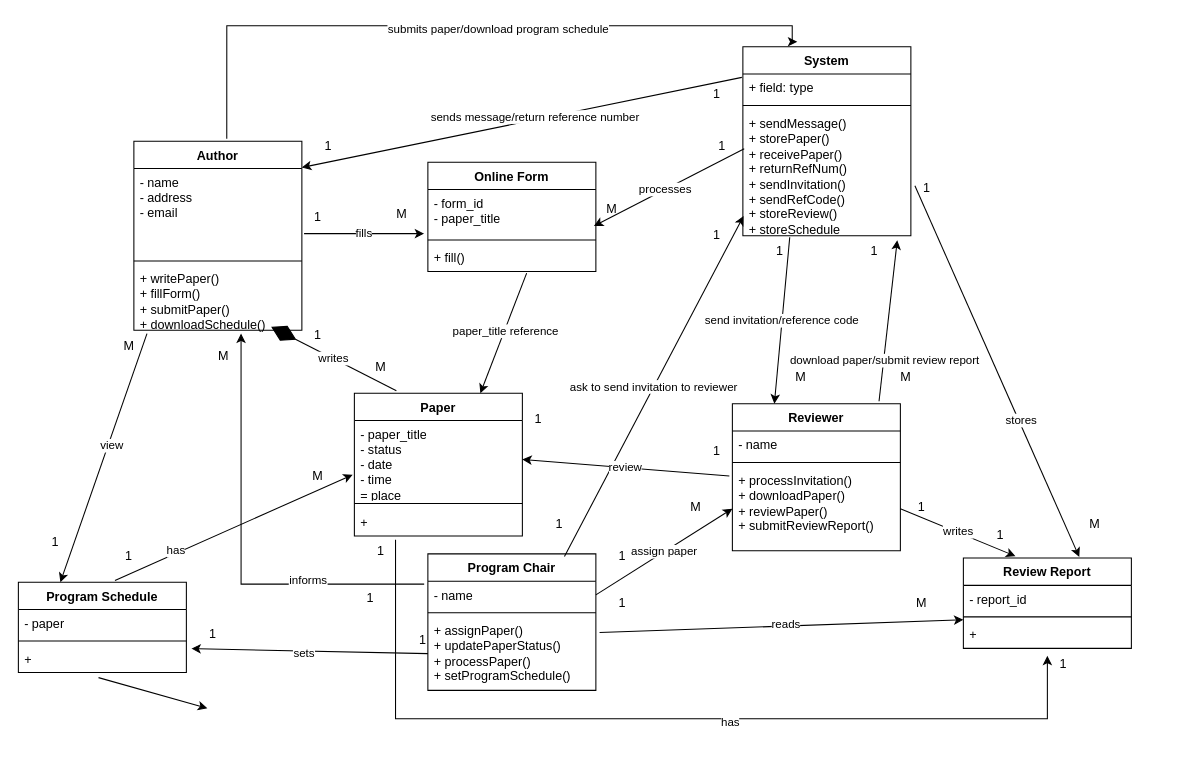
This is tuto3q4.drawio from justn0thinghere/drawio, a draw.io file, before an edit. Source tidied: cells renumbered, new cells numbered last; positions are measured from the earlier drawing's top-left corner, leaving out a move shared by most shapes. Both pictures are drawn from the tidied source at 105%, with x=0, y=0 at pixel (18, 25).
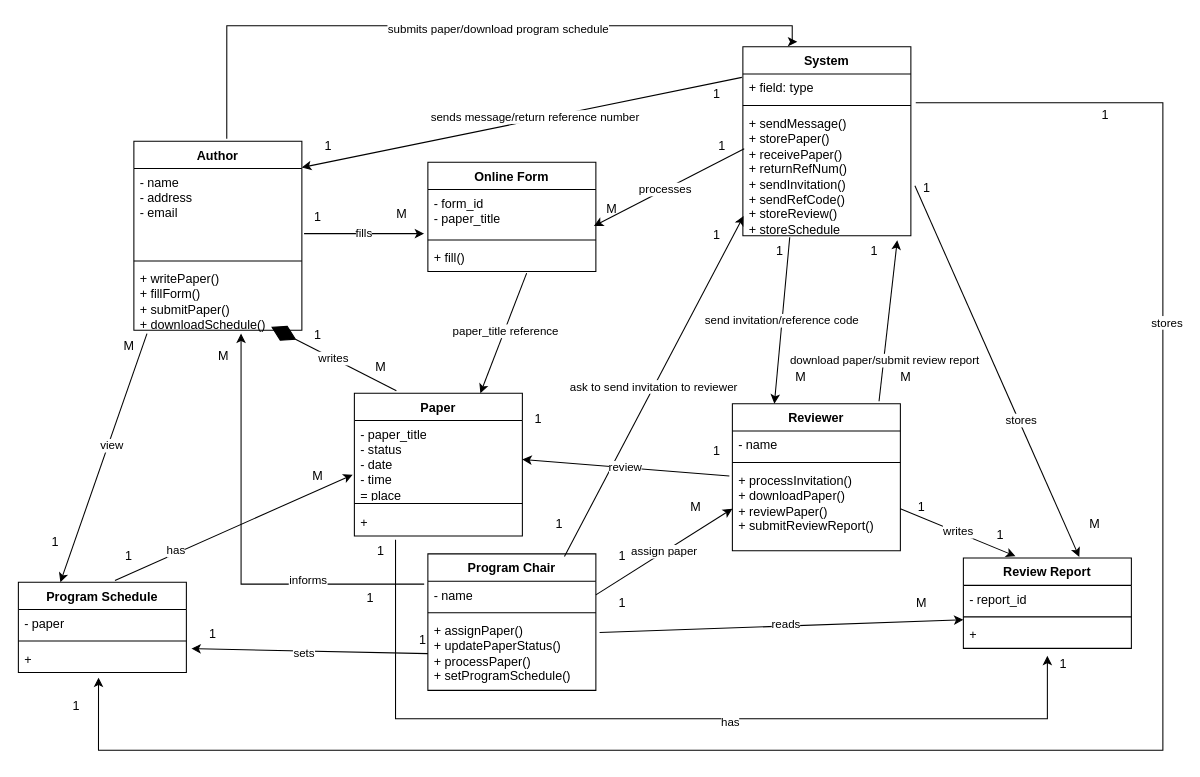
The same page after the edit.

The change refers to these unchanged cells:
```xml
<mxCell id="7" value="+ field: type" style="text;strokeColor=none;fillColor=none;align=left;verticalAlign=top;spacingLeft=4;spacingRight=4;overflow=hidden;points=[[0,0.5],[1,0.5]];portConstraint=eastwest;whiteSpace=wrap;html=1;" parent="6" vertex="1">
  <mxGeometry y="26" width="160" height="26" as="geometry" />
</mxCell>
<mxCell id="25" value="+&amp;nbsp;" style="text;strokeColor=none;fillColor=none;align=left;verticalAlign=top;spacingLeft=4;spacingRight=4;overflow=hidden;points=[[0,0.5],[1,0.5]];portConstraint=eastwest;whiteSpace=wrap;html=1;" parent="22" vertex="1">
  <mxGeometry y="60" width="160" height="26" as="geometry" />
</mxCell>
```

Change to the diagram source:
```diff
@@
-    <mxCell id="99" style="endArrow=classic;html=1;rounded=0;exitX=0.477;exitY=1.187;exitDx=0;exitDy=0;exitPerimeter=0;" parent="1" edge="1" source="25">
+    <mxCell id="99" style="endArrow=none;html=1;rounded=0;exitX=0.477;exitY=1.187;exitDx=0;exitDy=0;exitPerimeter=0;edgeStyle=orthogonalEdgeStyle;entryX=1.029;entryY=1.055;entryDx=0;entryDy=0;entryPerimeter=0;startArrow=classic;startFill=1;endFill=0;" parent="1" edge="1" source="25" target="7">
       <mxGeometry relative="1" as="geometry">
-        <mxPoint x="180" y="650" as="targetPoint" />
+        <Array as="points">
+          <mxPoint x="76" y="690" />
+          <mxPoint x="1090" y="690" />
+          <mxPoint x="1090" y="73" />
+        </Array>
       </mxGeometry>
     </mxCell>
+    <mxCell id="100" value="stores" style="edgeLabel;html=1;align=center;verticalAlign=middle;" parent="99" vertex="1">
+      <mxGeometry x="0.54" y="-3" relative="1" as="geometry" />
+    </mxCell>
+    <mxCell id="101" value="1" style="text;html=1;align=center;verticalAlign=middle;strokeColor=none;fillColor=none;" parent="1" vertex="1">
+      <mxGeometry x="1020" y="70" width="30" height="30" as="geometry" />
+    </mxCell>
+    <mxCell id="102" value="1" style="text;html=1;align=center;verticalAlign=middle;strokeColor=none;fillColor=none;" parent="1" vertex="1">
+      <mxGeometry x="40" y="633" width="30" height="30" as="geometry" />
+    </mxCell>
```
